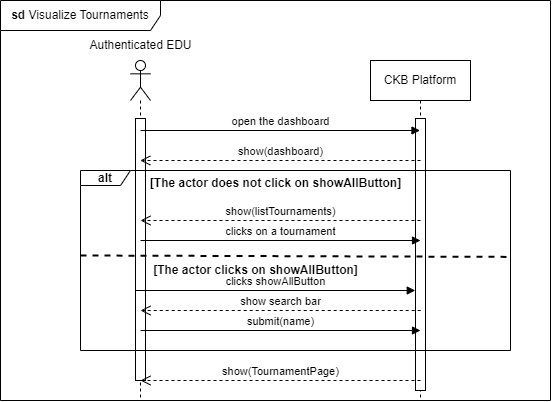
The draw.io diagram RASD/images/sequence_diagrams/ClassDiagram-UC15.1-SequenceDiagram.png in pontig/sw-eng-2-PasiniPontiggiaStasi, before a commit. Source tidied: cells renumbered, new cells last; positions are measured from the earlier drawing's top-left corner, leaving out a move shared by most shapes. The source it was exported from:
```xml
<mxGraphModel>
  <root>
    <mxCell id="0" />
    <mxCell id="1" parent="0" />
    <mxCell id="2" value="&lt;b&gt;sd &lt;/b&gt;Visualize Tournaments" style="shape=umlFrame;whiteSpace=wrap;html=1;width=160;height=30;" parent="1" vertex="1">
      <mxGeometry width="550" height="400" as="geometry" />
    </mxCell>
    <mxCell id="3" style="shape=umlLifeline;perimeter=lifelinePerimeter;whiteSpace=wrap;html=1;outlineConnect=0;portConstraint=eastwest;newEdgeStyle={&quot;curved&quot;:0,&quot;rounded&quot;:0};participant=umlActor;" parent="1" vertex="1">
      <mxGeometry x="130" y="60" width="20" height="340" as="geometry" />
    </mxCell>
    <mxCell id="4" style="html=1;perimeter=orthogonalPerimeter;targetShapes=umlLifeline;newEdgeStyle={&quot;curved&quot;:0,&quot;rounded&quot;:0};" parent="3" vertex="1">
      <mxGeometry x="5" y="58" width="10" height="262" as="geometry" />
    </mxCell>
    <mxCell id="5" value="CKB Platform" style="shape=umlLifeline;perimeter=lifelinePerimeter;whiteSpace=wrap;html=1;outlineConnect=0;portConstraint=eastwest;newEdgeStyle={&quot;curved&quot;:0,&quot;rounded&quot;:0};" parent="1" vertex="1">
      <mxGeometry x="370" y="60" width="100" height="340" as="geometry" />
    </mxCell>
    <mxCell id="6" style="html=1;perimeter=orthogonalPerimeter;targetShapes=umlLifeline;newEdgeStyle={&quot;curved&quot;:0,&quot;rounded&quot;:0};" parent="5" vertex="1">
      <mxGeometry x="45" y="58" width="10" height="272" as="geometry" />
    </mxCell>
    <mxCell id="7" value="Authenticated EDU" style="text;html=1;align=center;verticalAlign=middle;strokeColor=none;fillColor=none;" parent="1" vertex="1">
      <mxGeometry x="75" y="30" width="130" height="30" as="geometry" />
    </mxCell>
    <mxCell id="8" value="open the dashboard" style="html=1;verticalAlign=bottom;endArrow=block;curved=0;rounded=0;" parent="1" edge="1" target="5">
      <mxGeometry relative="1" as="geometry">
        <mxPoint x="140" y="130" as="sourcePoint" />
      </mxGeometry>
    </mxCell>
    <mxCell id="9" value="show(dashboard)" style="html=1;verticalAlign=bottom;endArrow=open;dashed=1;endSize=8;curved=0;rounded=0;" parent="1" edge="1" target="3">
      <mxGeometry relative="1" as="geometry">
        <mxPoint x="420" y="160" as="sourcePoint" />
      </mxGeometry>
    </mxCell>
    <mxCell id="10" value="show(listTournaments)" style="html=1;verticalAlign=bottom;endArrow=open;dashed=1;endSize=8;curved=0;rounded=0;" parent="1" edge="1">
      <mxGeometry relative="1" as="geometry">
        <mxPoint x="420" y="220" as="sourcePoint" />
        <mxPoint x="140" y="220" as="targetPoint" />
      </mxGeometry>
    </mxCell>
    <mxCell id="11" value="clicks on a tournament" style="html=1;verticalAlign=bottom;endArrow=block;curved=0;rounded=0;" parent="1" edge="1">
      <mxGeometry relative="1" as="geometry">
        <mxPoint x="140" y="240" as="sourcePoint" />
        <mxPoint x="420" y="240" as="targetPoint" />
      </mxGeometry>
    </mxCell>
    <mxCell id="12" value="show(TournamentPage)" style="html=1;verticalAlign=bottom;endArrow=open;dashed=1;endSize=8;curved=0;rounded=0;" parent="1" edge="1">
      <mxGeometry relative="1" as="geometry">
        <mxPoint x="420" y="380" as="sourcePoint" />
        <mxPoint x="140" y="380" as="targetPoint" />
      </mxGeometry>
    </mxCell>
    <mxCell id="13" value="&lt;b&gt;alt&lt;/b&gt;" style="shape=umlFrame;whiteSpace=wrap;html=1;width=50;height=15;" parent="1" vertex="1">
      <mxGeometry x="80" y="170" width="430" height="180" as="geometry" />
    </mxCell>
    <mxCell id="14" value="&lt;b&gt;[The actor does not click on showAllButton]&lt;/b&gt;" style="text;html=1;align=center;verticalAlign=middle;strokeColor=none;fillColor=none;" parent="1" vertex="1">
      <mxGeometry x="140" y="168" width="270" height="30" as="geometry" />
    </mxCell>
    <mxCell id="15" style="endArrow=none;dashed=1;html=1;strokeWidth=2;rounded=0;exitX=-0.001;exitY=0.546;exitDx=0;exitDy=0;exitPerimeter=0;entryX=1.004;entryY=0.48;entryDx=0;entryDy=0;entryPerimeter=0;" parent="1" edge="1" target="13">
      <mxGeometry relative="1" as="geometry">
        <mxPoint x="80" y="255" as="sourcePoint" />
      </mxGeometry>
    </mxCell>
    <mxCell id="16" value="&lt;b&gt;[The actor clicks on showAllButton]&lt;/b&gt;" style="text;html=1;align=center;verticalAlign=middle;strokeColor=none;fillColor=none;" parent="1" vertex="1">
      <mxGeometry x="140" y="255" width="230" height="30" as="geometry" />
    </mxCell>
    <mxCell id="17" value="clicks showAllButton" style="html=1;verticalAlign=bottom;endArrow=block;curved=0;rounded=0;" parent="1" edge="1">
      <mxGeometry relative="1" as="geometry">
        <mxPoint x="135.2" y="290" as="sourcePoint" />
        <mxPoint x="414.8" y="290" as="targetPoint" />
      </mxGeometry>
    </mxCell>
    <mxCell id="18" value="show search bar" style="html=1;verticalAlign=bottom;endArrow=open;dashed=1;endSize=8;curved=0;rounded=0;" parent="1" edge="1">
      <mxGeometry relative="1" as="geometry">
        <mxPoint x="420.2" y="310" as="sourcePoint" />
        <mxPoint x="140" y="310" as="targetPoint" />
      </mxGeometry>
    </mxCell>
    <mxCell id="19" value="submit(name)" style="html=1;verticalAlign=bottom;endArrow=block;curved=0;rounded=0;" parent="1" edge="1">
      <mxGeometry relative="1" as="geometry">
        <mxPoint x="140" y="330" as="sourcePoint" />
        <mxPoint x="420" y="330" as="targetPoint" />
      </mxGeometry>
    </mxCell>
  </root>
</mxGraphModel>
```
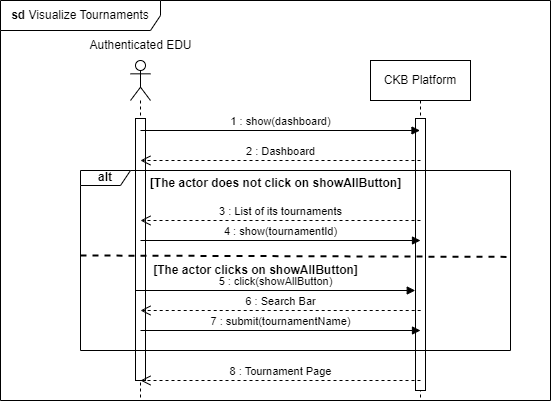
After the commit.

Commit message:
fixed class diagram and sequence diagrams of my use cases

What changed in the source:
```diff
@@ -20,29 +20,29 @@
     <mxCell id="7" value="Authenticated EDU" style="text;html=1;align=center;verticalAlign=middle;strokeColor=none;fillColor=none;" parent="1" vertex="1">
       <mxGeometry x="75" y="30" width="130" height="30" as="geometry" />
     </mxCell>
-    <mxCell id="8" value="open the dashboard" style="html=1;verticalAlign=bottom;endArrow=block;curved=0;rounded=0;" parent="1" edge="1" target="5">
+    <mxCell id="8" value="1 : show(dashboard)" style="html=1;verticalAlign=bottom;endArrow=block;curved=0;rounded=0;" parent="1" edge="1" target="5">
       <mxGeometry relative="1" as="geometry">
         <mxPoint x="140" y="130" as="sourcePoint" />
       </mxGeometry>
     </mxCell>
-    <mxCell id="9" value="show(dashboard)" style="html=1;verticalAlign=bottom;endArrow=open;dashed=1;endSize=8;curved=0;rounded=0;" parent="1" edge="1" target="3">
+    <mxCell id="9" value="2 : Dashboard" style="html=1;verticalAlign=bottom;endArrow=open;dashed=1;endSize=8;curved=0;rounded=0;" parent="1" edge="1" target="3">
       <mxGeometry relative="1" as="geometry">
         <mxPoint x="420" y="160" as="sourcePoint" />
       </mxGeometry>
     </mxCell>
-    <mxCell id="10" value="show(listTournaments)" style="html=1;verticalAlign=bottom;endArrow=open;dashed=1;endSize=8;curved=0;rounded=0;" parent="1" edge="1">
+    <mxCell id="10" value="3 : List of its tournaments" style="html=1;verticalAlign=bottom;endArrow=open;dashed=1;endSize=8;curved=0;rounded=0;" parent="1" edge="1">
       <mxGeometry relative="1" as="geometry">
         <mxPoint x="420" y="220" as="sourcePoint" />
         <mxPoint x="140" y="220" as="targetPoint" />
       </mxGeometry>
     </mxCell>
-    <mxCell id="11" value="clicks on a tournament" style="html=1;verticalAlign=bottom;endArrow=block;curved=0;rounded=0;" parent="1" edge="1">
+    <mxCell id="11" value="4 : show(tournamentId)" style="html=1;verticalAlign=bottom;endArrow=block;curved=0;rounded=0;" parent="1" edge="1">
       <mxGeometry relative="1" as="geometry">
         <mxPoint x="140" y="240" as="sourcePoint" />
         <mxPoint x="420" y="240" as="targetPoint" />
       </mxGeometry>
     </mxCell>
-    <mxCell id="12" value="show(TournamentPage)" style="html=1;verticalAlign=bottom;endArrow=open;dashed=1;endSize=8;curved=0;rounded=0;" parent="1" edge="1">
+    <mxCell id="12" value="8 : Tournament Page" style="html=1;verticalAlign=bottom;endArrow=open;dashed=1;endSize=8;curved=0;rounded=0;" parent="1" edge="1">
       <mxGeometry relative="1" as="geometry">
         <mxPoint x="420" y="380" as="sourcePoint" />
         <mxPoint x="140" y="380" as="targetPoint" />
@@ -62,19 +62,19 @@
     <mxCell id="16" value="&lt;b&gt;[The actor clicks on showAllButton]&lt;/b&gt;" style="text;html=1;align=center;verticalAlign=middle;strokeColor=none;fillColor=none;" parent="1" vertex="1">
       <mxGeometry x="140" y="255" width="230" height="30" as="geometry" />
     </mxCell>
-    <mxCell id="17" value="clicks showAllButton" style="html=1;verticalAlign=bottom;endArrow=block;curved=0;rounded=0;" parent="1" edge="1">
+    <mxCell id="17" value="5 : click(showAllButton)" style="html=1;verticalAlign=bottom;endArrow=block;curved=0;rounded=0;" parent="1" edge="1">
       <mxGeometry relative="1" as="geometry">
         <mxPoint x="135.2" y="290" as="sourcePoint" />
         <mxPoint x="414.8" y="290" as="targetPoint" />
       </mxGeometry>
     </mxCell>
-    <mxCell id="18" value="show search bar" style="html=1;verticalAlign=bottom;endArrow=open;dashed=1;endSize=8;curved=0;rounded=0;" parent="1" edge="1">
+    <mxCell id="18" value="6 : Search Bar" style="html=1;verticalAlign=bottom;endArrow=open;dashed=1;endSize=8;curved=0;rounded=0;" parent="1" edge="1">
       <mxGeometry relative="1" as="geometry">
         <mxPoint x="420.2" y="310" as="sourcePoint" />
         <mxPoint x="140" y="310" as="targetPoint" />
       </mxGeometry>
     </mxCell>
-    <mxCell id="19" value="submit(name)" style="html=1;verticalAlign=bottom;endArrow=block;curved=0;rounded=0;" parent="1" edge="1">
+    <mxCell id="19" value="7 : submit(tournamentName)" style="html=1;verticalAlign=bottom;endArrow=block;curved=0;rounded=0;" parent="1" edge="1">
       <mxGeometry relative="1" as="geometry">
         <mxPoint x="140" y="330" as="sourcePoint" />
         <mxPoint x="420" y="330" as="targetPoint" />
```
